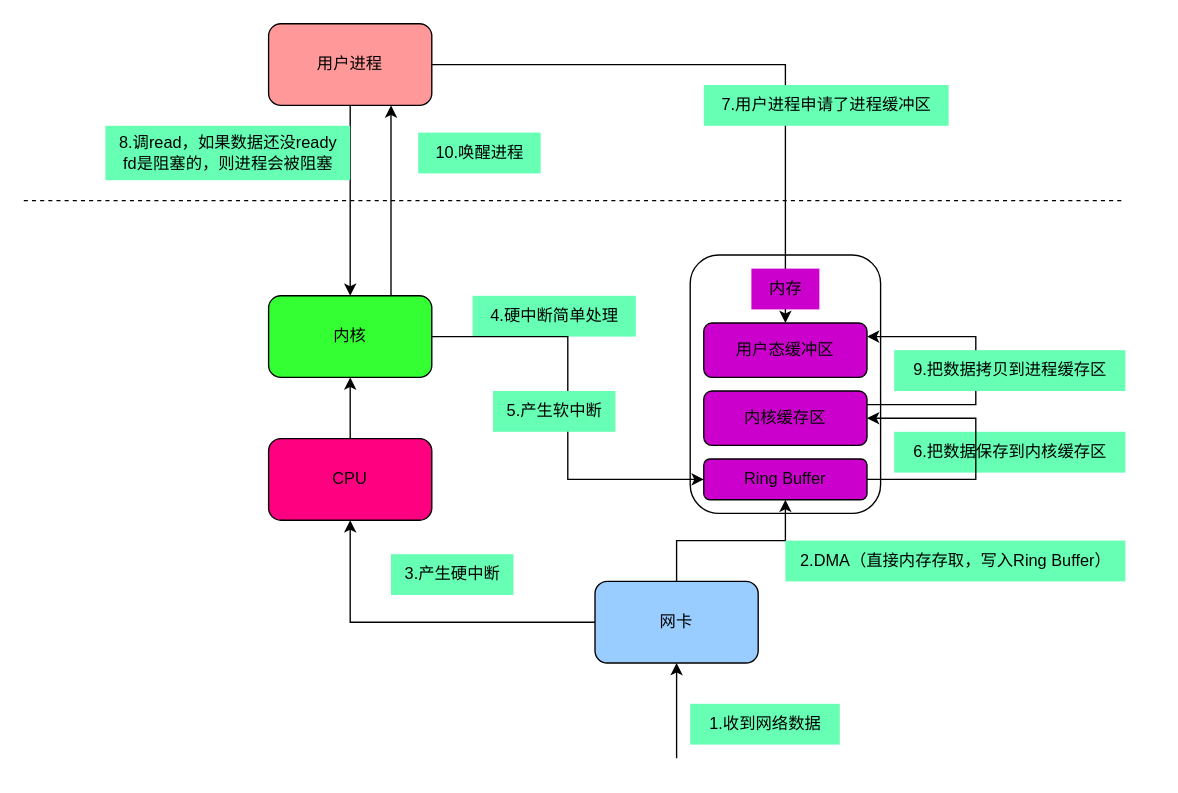
Above: 未命名绘图.drawio in lovercode/drawio (draw.io), before the change. Source tidied: cells renumbered, new cells numbered last; positions are measured from the earlier drawing's top-left corner, leaving out a move shared by most shapes. Both pictures are drawn from the tidied source at 136%, with x=0, y=0 at pixel (23, 23).
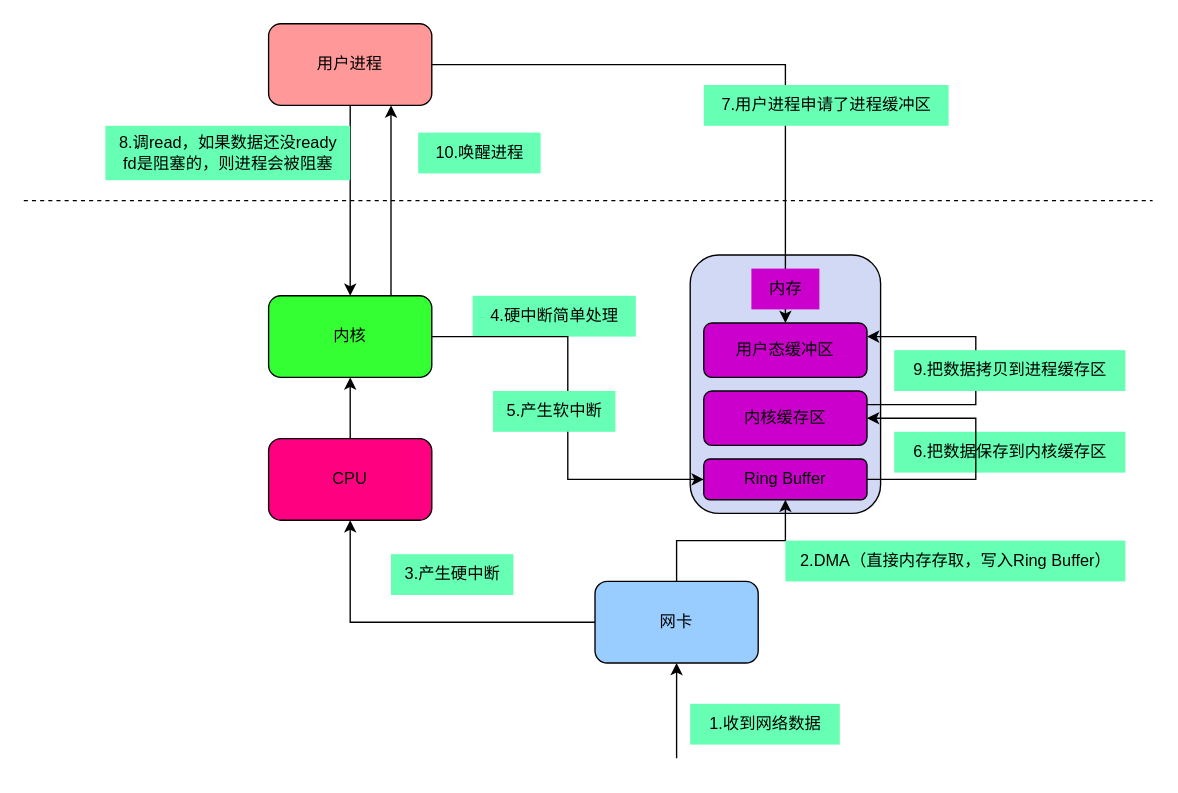
The same page after the edit.

Change to the diagram source:
```diff
@@
-    <mxCell id="14" style="rounded=1;whiteSpace=wrap;html=1;" parent="1" vertex="1">
+    <mxCell id="14" style="rounded=1;whiteSpace=wrap;html=1;fillColor=#d2d9f4;" parent="1" vertex="1">
       <mxGeometry x="490" y="170" width="140" height="190" as="geometry" />
     </mxCell>
@@
     <mxCell id="28" style="endArrow=none;dashed=1;html=1;rounded=0;" parent="1" edge="1">
       <mxGeometry relative="1" as="geometry">
         <mxPoint y="130" as="sourcePoint" />
-        <mxPoint x="810" y="130" as="targetPoint" />
+        <mxPoint x="830" y="130" as="targetPoint" />
       </mxGeometry>
     </mxCell>
```
